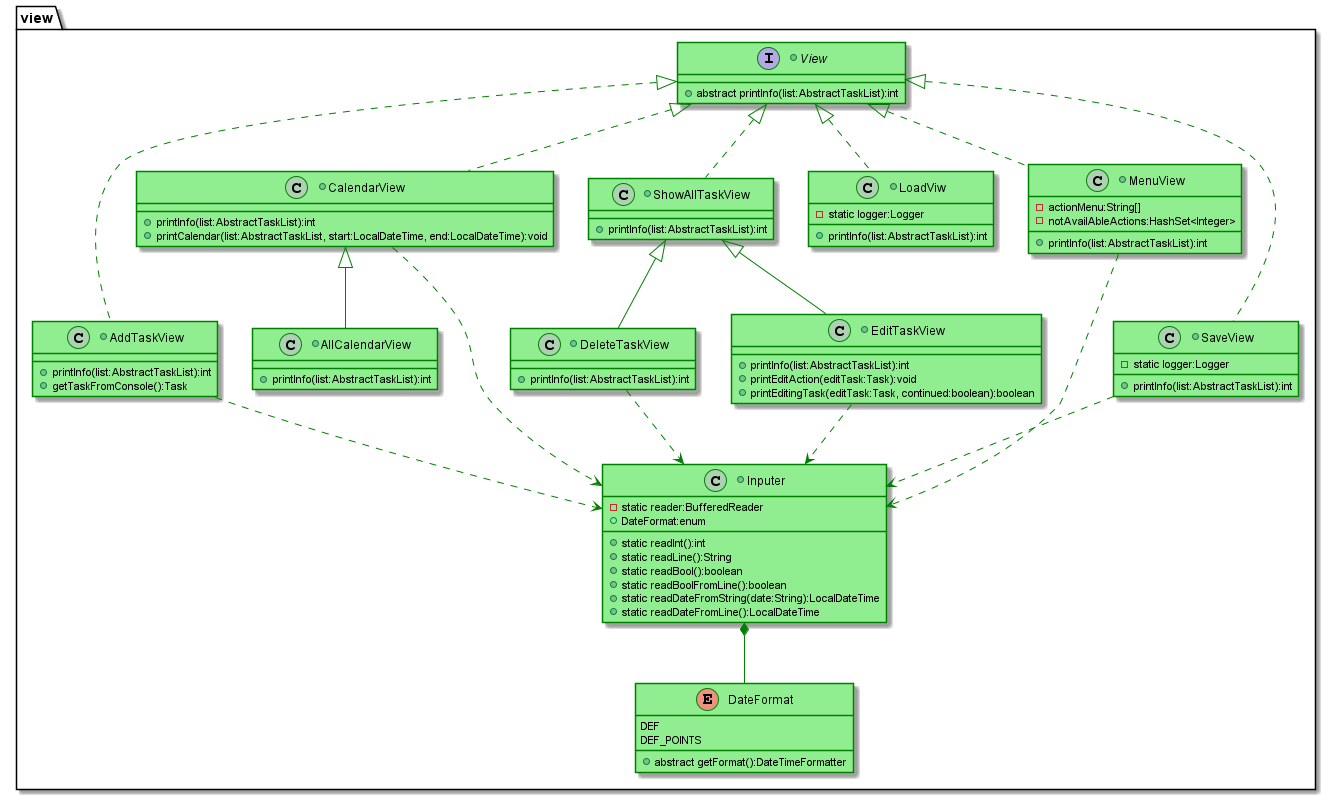
Igorstar23/TaskManager keeps this PlantUML diagram as ClassDiagramView.png. Above is the earlier version. Source of this version:
```plantuml
@startuml

skinparam class {
  BackgroundColor LightGreen
  ArrowColor      Green
  BorderColor     Green
}

package "view" {
    +interface View {
        +abstract printInfo(list:AbstractTaskList):int
    }

    +class AddTaskView implements View {
          +printInfo(list:AbstractTaskList):int
          +getTaskFromConsole():Task
    }

    +class AllCalendarView extends CalendarView {
          +printInfo(list:AbstractTaskList):int
    }

    +class CalendarView implements View {
          +printInfo(list:AbstractTaskList):int
          +printCalendar(list:AbstractTaskList, start:LocalDateTime, end:LocalDateTime):void
    }

    +class DeleteTaskView extends ShowAllTaskView {
          +printInfo(list:AbstractTaskList):int
    }

    +class EditTaskView extends ShowAllTaskView {
          +printInfo(list:AbstractTaskList):int
          +printEditAction(editTask:Task):void
          +printEditingTask(editTask:Task, continued:boolean):boolean
    }

    +class LoadViw implements View {
          -static logger:Logger
          +printInfo(list:AbstractTaskList):int
    }

    +class MenuView implements View {
          -actionMenu:String[]
          -notAvailAbleActions:HashSet<Integer>
          +printInfo(list:AbstractTaskList):int
    }

    +class SaveView implements View {
          -static logger:Logger
          +printInfo(list:AbstractTaskList):int
    }

    +class ShowAllTaskView implements View {
          +printInfo(list:AbstractTaskList):int
    }

    +class Inputer {
              -static reader:BufferedReader
              +DateFormat:enum
              +static readInt():int
              +static readLine():String
              +static readBool():boolean
              +static readBoolFromLine():boolean
              +static readDateFromString(date:String):LocalDateTime
              +static readDateFromLine():LocalDateTime
        }
        enum DateFormat {
             DEF
             DEF_POINTS
             +abstract getFormat():DateTimeFormatter
        }
        Inputer *-- DateFormat
        AddTaskView ..> Inputer
        CalendarView ..> Inputer
        DeleteTaskView ..> Inputer
        EditTaskView ..> Inputer
        MenuView ..> Inputer
        SaveView ..> Inputer
}

@enduml
```
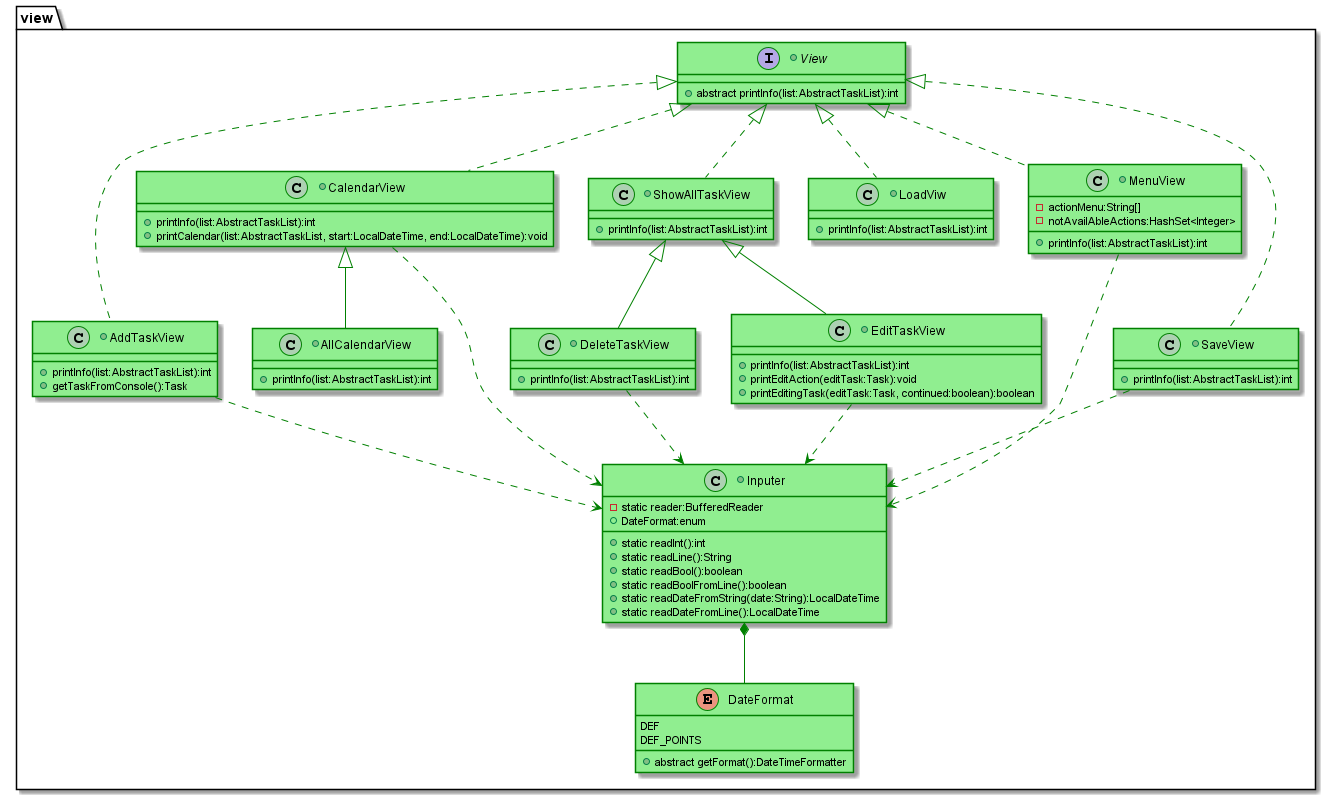
The same file after the commit.

Commit message:
pr10: enable log4j and delete stdout for log4j and add try/catch for method of class MenuView

What changed in the source:
```diff
@@ -36,7 +36,6 @@
     }
 
     +class LoadViw implements View {
-          -static logger:Logger
           +printInfo(list:AbstractTaskList):int
     }
 
@@ -47,7 +46,6 @@
     }
 
     +class SaveView implements View {
-          -static logger:Logger
           +printInfo(list:AbstractTaskList):int
     }
 
```
